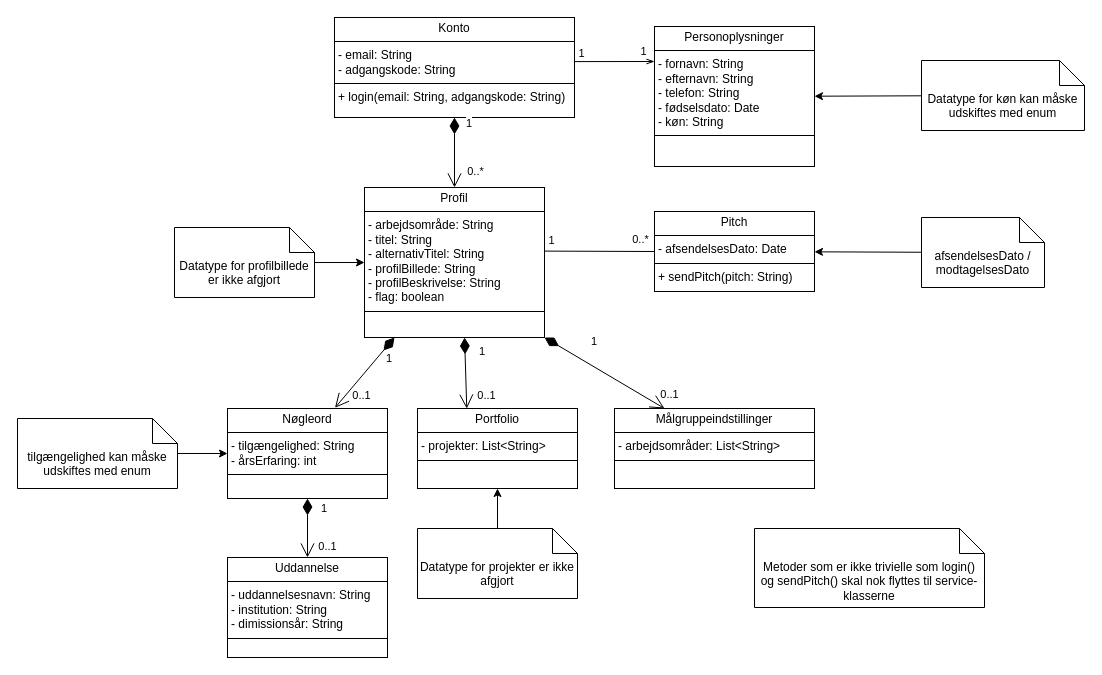
erikato-git/Hovedopgaven_LinkUp keeps this draw.io diagram as Hovedopgaven/Bilag/1. Forundersøgelse/Design klassediagram - DK.drawio. Above is the earlier version. Source tidied: cells renumbered, new cells numbered last; positions are measured from the earlier drawing's top-left corner, leaving out a move shared by most shapes. Both pictures are drawn from the tidied source at 100%, with x=0, y=0 at pixel (17, 17).
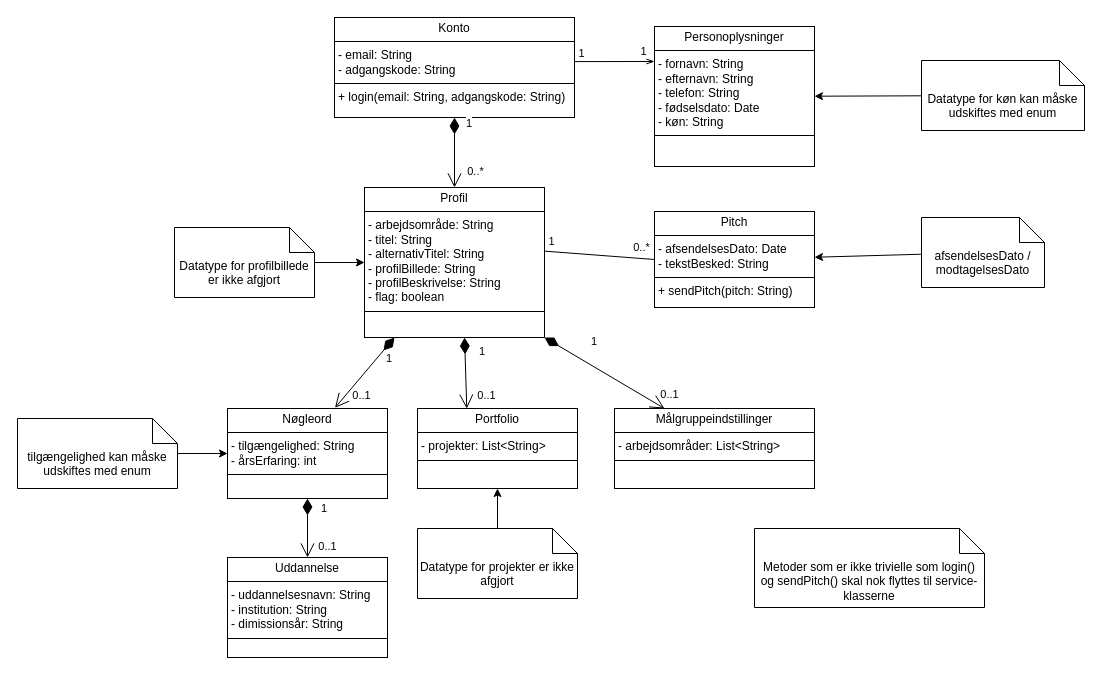
After the change.

Commit message (it also covers changes not shown here):
Endpoint-specifications: Account, Profile and Pitch

What changed in the source:
```diff
@@
-    <mxCell id="14" value="&lt;p style=&quot;margin:0px;margin-top:4px;text-align:center;&quot;&gt;Pitch&lt;/p&gt;&lt;hr size=&quot;1&quot; style=&quot;border-style:solid;&quot;&gt;&lt;p style=&quot;margin:0px;margin-left:4px;&quot;&gt;- afsendelsesDato: Date&lt;br&gt;&lt;/p&gt;&lt;hr size=&quot;1&quot; style=&quot;border-style:solid;&quot;&gt;&lt;p style=&quot;margin:0px;margin-left:4px;&quot;&gt;+ sendPitch(pitch: String)&lt;/p&gt;" style="verticalAlign=top;align=left;overflow=fill;html=1;whiteSpace=wrap;" parent="1" vertex="1">
-      <mxGeometry x="637" y="194" width="160" height="80" as="geometry" />
+    <mxCell id="14" value="&lt;p style=&quot;margin:0px;margin-top:4px;text-align:center;&quot;&gt;Pitch&lt;/p&gt;&lt;hr size=&quot;1&quot; style=&quot;border-style:solid;&quot;&gt;&lt;p style=&quot;margin:0px;margin-left:4px;&quot;&gt;- afsendelsesDato: Date&lt;br&gt;&lt;/p&gt;&lt;p style=&quot;margin:0px;margin-left:4px;&quot;&gt;- tekstBesked: String&lt;/p&gt;&lt;hr size=&quot;1&quot; style=&quot;border-style:solid;&quot;&gt;&lt;p style=&quot;margin:0px;margin-left:4px;&quot;&gt;+ sendPitch(pitch: String)&lt;/p&gt;" style="verticalAlign=top;align=left;overflow=fill;html=1;whiteSpace=wrap;" parent="1" vertex="1">
+      <mxGeometry x="637" y="194" width="160" height="96" as="geometry" />
     </mxCell>
```
